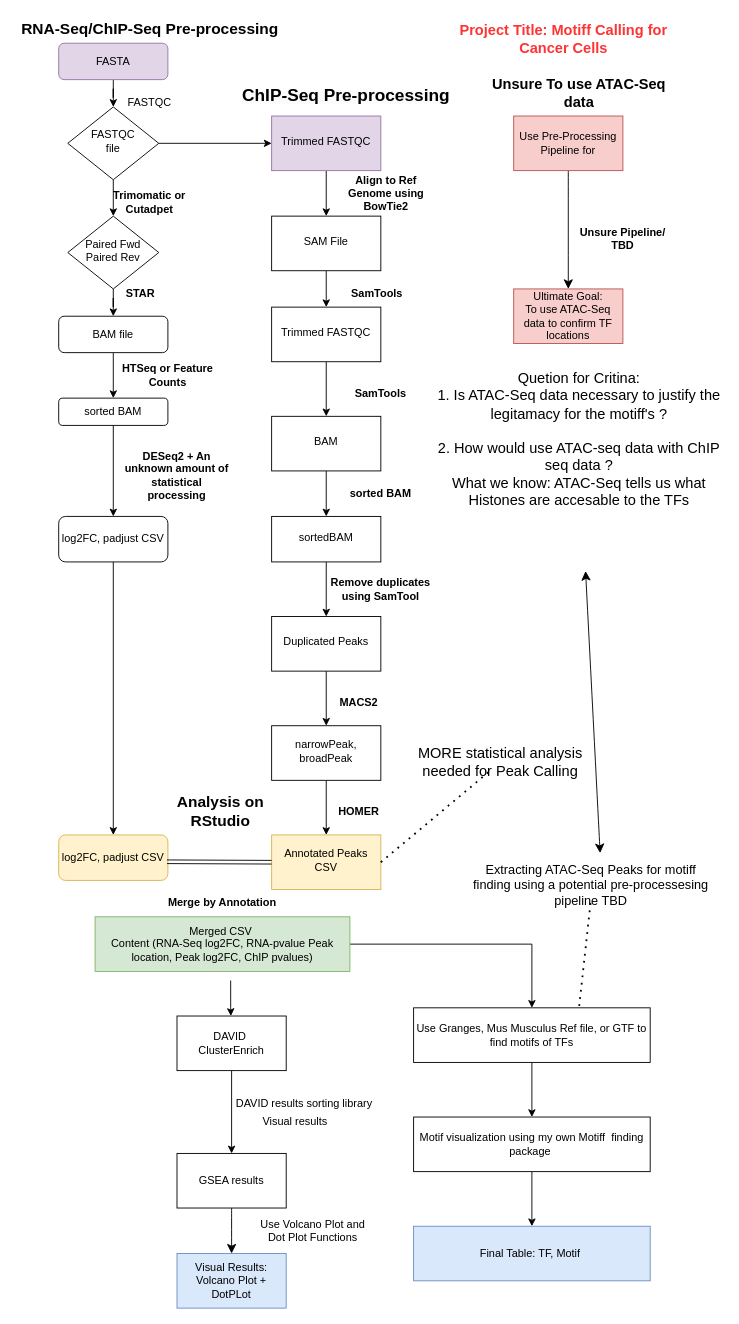
This is design_docs/BIOINF576 DDS.drawio from gbolden101/bioinf576_project_demo, a draw.io file, before an edit. Source tidied: cells renumbered, new cells numbered last; positions are measured from the earlier drawing's top-left corner, leaving out a move shared by most shapes. Both pictures are drawn from the tidied source at 91%, with x=0, y=0 at pixel (15, 15).
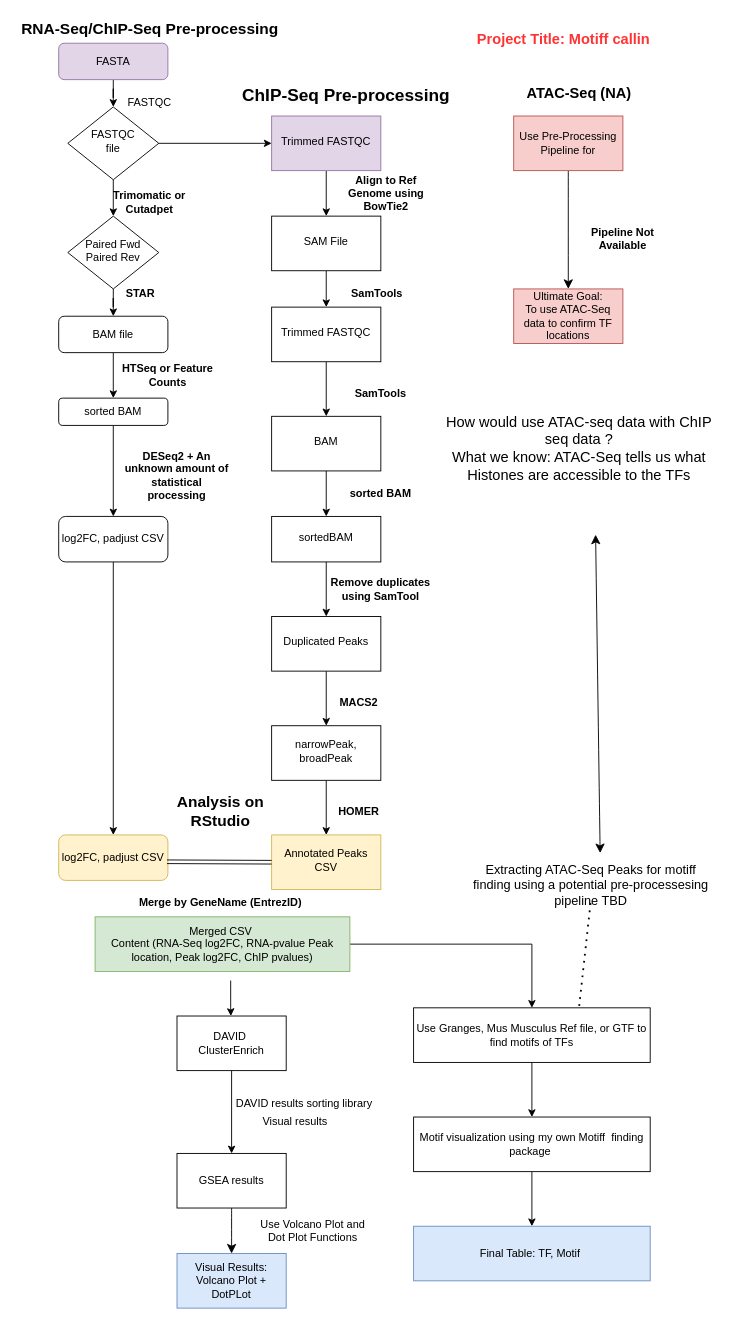
The same page after the edit.

Unchanged cells that the change refers to:
```xml
<mxCell id="42" value="Annotated Peaks CSV" style="whiteSpace=wrap;html=1;shadow=0;strokeWidth=1;spacing=6;spacingTop=-4;direction=south;fillColor=#fff2cc;strokeColor=#d6b656;" parent="1" vertex="1">
  <mxGeometry x="282" y="900" width="120" height="60" as="geometry" />
</mxCell>
```

Change to the diagram source:
```diff
@@
-<mxGraphModel>
+<mxGraphModel background="#ffffff">
@@
-    <mxCell id="49" value="&lt;b&gt;Merge by Annotation&lt;/b&gt;" style="text;html=1;align=center;verticalAlign=middle;whiteSpace=wrap;rounded=0;" parent="1" vertex="1">
-      <mxGeometry x="158" y="960" width="140" height="30" as="geometry" />
+    <mxCell id="49" value="&lt;b&gt;Merge by GeneName (EntrezID)&lt;/b&gt;" style="text;html=1;align=center;verticalAlign=middle;whiteSpace=wrap;rounded=0;" parent="1" vertex="1">
+      <mxGeometry x="105.5" y="960" width="240" height="30" as="geometry" />
     </mxCell>
-    <mxCell id="50" style="endArrow=none;dashed=1;html=1;dashPattern=1 3;strokeWidth=2;rounded=0;exitX=0.5;exitY=0;exitDx=0;exitDy=0;" parent="1" edge="1" source="42" target="51">
-      <mxGeometry relative="1" as="geometry" />
-    </mxCell>
-    <mxCell id="51" value="&lt;font style=&quot;font-size: 16px;&quot;&gt;MORE statistical analysis needed for Peak Calling&lt;/font&gt;" style="text;html=1;align=center;verticalAlign=middle;whiteSpace=wrap;rounded=0;" parent="1" vertex="1">
-      <mxGeometry x="438" y="810" width="191" height="20" as="geometry" />
-    </mxCell>
@@
-    <mxCell id="68" value="&lt;b&gt;&lt;font style=&quot;font-size: 16px;&quot;&gt;Unsure To use ATAC-Seq data&lt;/font&gt;&lt;/b&gt;" style="text;html=1;align=center;verticalAlign=middle;whiteSpace=wrap;rounded=0;" parent="1" vertex="1">
+    <mxCell id="68" value="&lt;b&gt;&lt;font style=&quot;font-size: 16px; color: light-dark(rgb(0, 0, 0), rgb(255, 17, 17));&quot;&gt;ATAC-Seq (NA)&lt;/font&gt;&lt;/b&gt;" style="text;html=1;align=center;verticalAlign=middle;whiteSpace=wrap;rounded=0;" parent="1" vertex="1">
       <mxGeometry x="515" y="70" width="210" height="30" as="geometry" />
     </mxCell>
@@
-    <mxCell id="70" value="&lt;b&gt;Unsure Pipeline/ TBD&lt;/b&gt;" style="text;html=1;align=center;verticalAlign=middle;whiteSpace=wrap;rounded=0;" parent="1" vertex="1">
+    <mxCell id="70" value="&lt;b&gt;Pipeline Not Available&lt;/b&gt;" style="text;html=1;align=center;verticalAlign=middle;whiteSpace=wrap;rounded=0;" parent="1" vertex="1">
       <mxGeometry x="618" y="230" width="100" height="30" as="geometry" />
     </mxCell>
@@
-    <mxCell id="72" value="Quetion for Critina:&lt;div&gt;1. Is ATAC-Seq data necessary to justify the legitamacy for the motiff's ?&lt;/div&gt;&lt;div&gt;&lt;br&gt;&lt;/div&gt;&lt;div&gt;2. How would use ATAC-seq data with ChIP seq data ?&lt;/div&gt;&lt;div&gt;What we know: ATAC-Seq tells us what Histones are accesable to the TFs&lt;/div&gt;&lt;div&gt;&lt;br&gt;&lt;/div&gt;" style="text;strokeColor=none;fillColor=none;html=1;align=center;verticalAlign=middle;whiteSpace=wrap;rounded=0;fontSize=16;" parent="1" vertex="1">
+    <mxCell id="72" value="&lt;div&gt;&lt;br&gt;&lt;/div&gt;&lt;div&gt;&lt;span style=&quot;background-color: transparent; color: light-dark(rgb(0, 0, 0), rgb(255, 255, 255));&quot;&gt;How would use ATAC-seq data with ChIP seq data ?&lt;/span&gt;&lt;/div&gt;&lt;div&gt;What we know: ATAC-Seq tells us what Histones are accessible to the TFs&lt;/div&gt;&lt;div&gt;&lt;br&gt;&lt;/div&gt;" style="text;strokeColor=none;fillColor=none;html=1;align=center;verticalAlign=middle;whiteSpace=wrap;rounded=0;fontSize=16;" parent="1" vertex="1">
       <mxGeometry x="462" y="340" width="316" height="270" as="geometry" />
     </mxCell>
-    <mxCell id="73" style="endArrow=classic;startArrow=classic;html=1;rounded=0;fontSize=12;startSize=8;endSize=8;curved=1;" parent="1" edge="1" target="72">
+    <mxCell id="73" style="endArrow=classic;startArrow=classic;html=1;rounded=0;fontSize=12;startSize=8;endSize=8;curved=1;entryX=0.557;entryY=0.852;entryDx=0;entryDy=0;entryPerimeter=0;" parent="1" edge="1" target="72">
       <mxGeometry relative="1" as="geometry">
         <mxPoint x="643" y="920" as="sourcePoint" />
       </mxGeometry>
     </mxCell>
@@
-    <mxCell id="75" value="&lt;b&gt;&lt;font style=&quot;color: rgb(255, 51, 51);&quot;&gt;Project Title: Motiff Calling for Cancer Cells&lt;/font&gt;&lt;/b&gt;" style="text;strokeColor=none;fillColor=none;html=1;align=center;verticalAlign=middle;whiteSpace=wrap;rounded=0;fontSize=16;" parent="1" vertex="1">
+    <mxCell id="75" value="&lt;b&gt;&lt;font style=&quot;color: rgb(255, 51, 51);&quot;&gt;Project Title: Motiff callin&lt;/font&gt;&lt;/b&gt;" style="text;strokeColor=none;fillColor=none;html=1;align=center;verticalAlign=middle;whiteSpace=wrap;rounded=0;fontSize=16;" parent="1" vertex="1">
       <mxGeometry x="468" y="10" width="270" height="30" as="geometry" />
     </mxCell>
```
